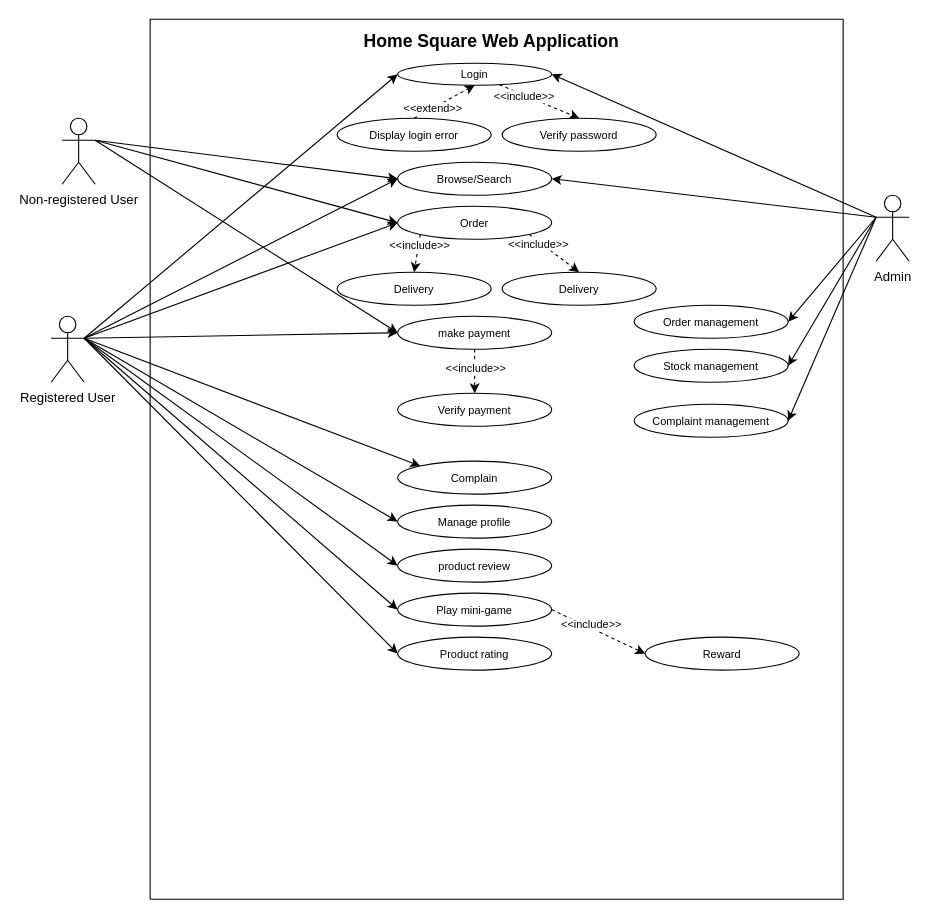
Before: usecase.drawio in Wavergg/721SoftwareEngineering, a draw.io diagram. Source tidied: cells renumbered, new cells numbered last; positions are measured from the earlier drawing's top-left corner, leaving out a move shared by most shapes. Both pictures are drawn from the tidied source at 110%, with x=0, y=0 at pixel (51, 19).
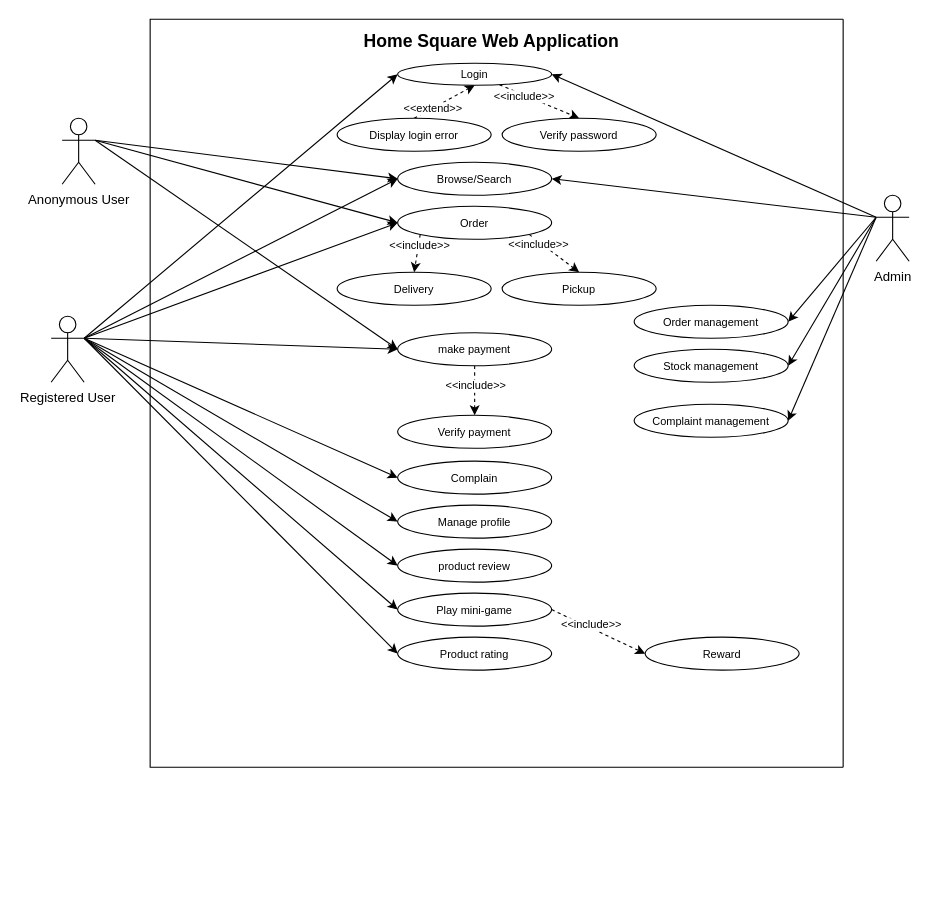
The same page after the edit.

Unchanged cells that the change refers to:
```xml
<mxCell id="21" value="Registered User" style="shape=umlActor;verticalLabelPosition=bottom;verticalAlign=top;html=1;outlineConnect=0;" parent="1" vertex="1">
  <mxGeometry y="270" width="30" height="60" as="geometry" />
</mxCell>
<mxCell id="51" value="Complain" style="ellipse;whiteSpace=wrap;html=1;fontSize=10;" parent="1" vertex="1">
  <mxGeometry x="315" y="401.7" width="140" height="30" as="geometry" />
</mxCell>
```

What changed in the source:
```diff
@@
-    <mxCell id="5" value="Non-registered User" style="shape=umlActor;verticalLabelPosition=bottom;verticalAlign=top;html=1;outlineConnect=0;" parent="1" vertex="1">
+    <mxCell id="5" value="Anonymous User" style="shape=umlActor;verticalLabelPosition=bottom;verticalAlign=top;html=1;outlineConnect=0;" parent="1" vertex="1">
       <mxGeometry x="10" y="90" width="30" height="60" as="geometry" />
     </mxCell>
@@
-    <mxCell id="16" style="edgeStyle=none;rounded=0;jettySize=auto;html=1;exitX=1;exitY=0.3333333333333333;exitDx=0;exitDy=0;exitPerimeter=0;entryX=0;entryY=0;entryDx=0;entryDy=0;fontSize=12;" parent="1" edge="1" source="21" target="51">
+    <mxCell id="16" style="edgeStyle=none;rounded=0;jettySize=auto;html=1;exitX=1;exitY=0.3333333333333333;exitDx=0;exitDy=0;exitPerimeter=0;entryX=0;entryY=0.5;entryDx=0;entryDy=0;fontSize=12;" parent="1" edge="1" source="21" target="51">
       <mxGeometry relative="1" as="geometry" />
     </mxCell>
@@
     <mxCell id="25" style="endArrow=none;html=1;rounded=0;edgeStyle=orthogonalEdgeStyle;" parent="1" edge="1">
       <mxGeometry relative="1" as="geometry">
-        <mxPoint x="90" y="800" as="sourcePoint" />
-        <mxPoint x="720" y="800" as="targetPoint" />
+        <mxPoint x="720" y="640" as="sourcePoint" />
+        <mxPoint x="720" y="680" as="targetPoint" />
         <Array as="points">
           <mxPoint x="720" />
           <mxPoint x="720" y="380" />
         </Array>
       </mxGeometry>
     </mxCell>
     <mxCell id="26" style="endArrow=none;html=1;rounded=0;edgeStyle=orthogonalEdgeStyle;" parent="1" edge="1">
       <mxGeometry relative="1" as="geometry">
         <mxPoint x="720" as="sourcePoint" />
-        <mxPoint x="90" y="800" as="targetPoint" />
+        <mxPoint x="720" y="680" as="targetPoint" />
         <Array as="points">
           <mxPoint x="90" />
         </Array>
       </mxGeometry>
     </mxCell>
@@
     <mxCell id="40" value="make payment" style="ellipse;whiteSpace=wrap;html=1;fontSize=10;" parent="1" vertex="1">
-      <mxGeometry x="315" y="270" width="140" height="30" as="geometry" />
+      <mxGeometry x="315" y="285" width="140" height="30" as="geometry" />
     </mxCell>
     <mxCell id="41" value="Verify payment" style="ellipse;whiteSpace=wrap;html=1;fontSize=10;" parent="1" vertex="1">
-      <mxGeometry x="315" y="340" width="140" height="30" as="geometry" />
+      <mxGeometry x="315" y="360" width="140" height="30" as="geometry" />
     </mxCell>
-    <mxCell id="42" value="Delivery" style="ellipse;whiteSpace=wrap;html=1;fontSize=10;" parent="1" vertex="1">
+    <mxCell id="42" value="Pickup" style="ellipse;whiteSpace=wrap;html=1;fontSize=10;" parent="1" vertex="1">
       <mxGeometry x="410" y="230" width="140" height="30" as="geometry" />
     </mxCell>
```
